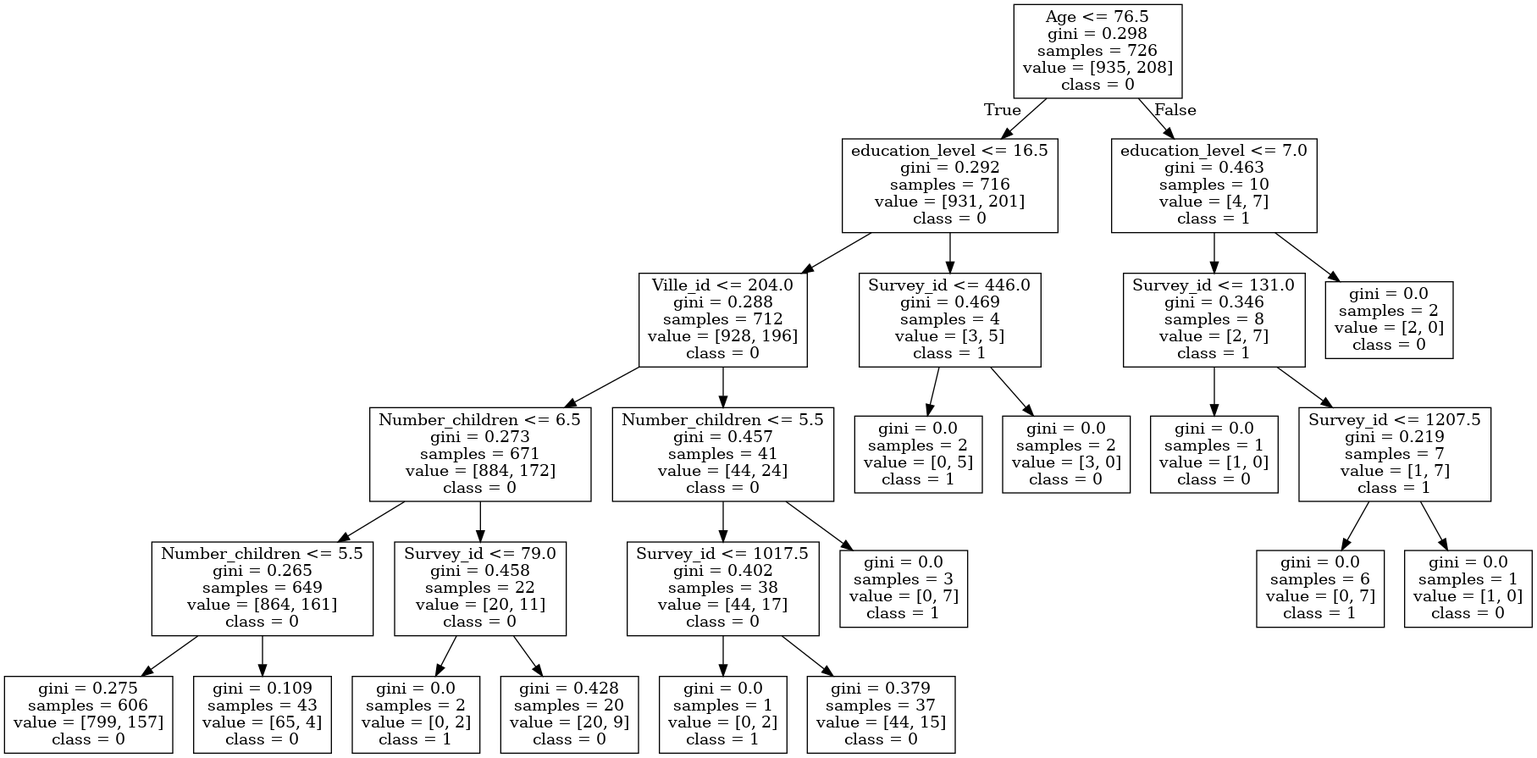
The Graphviz diagram pngs/tree03.png in IziKodzik/Cart, before a commit. Its source is kept beside it as pngs/tree03.dot.
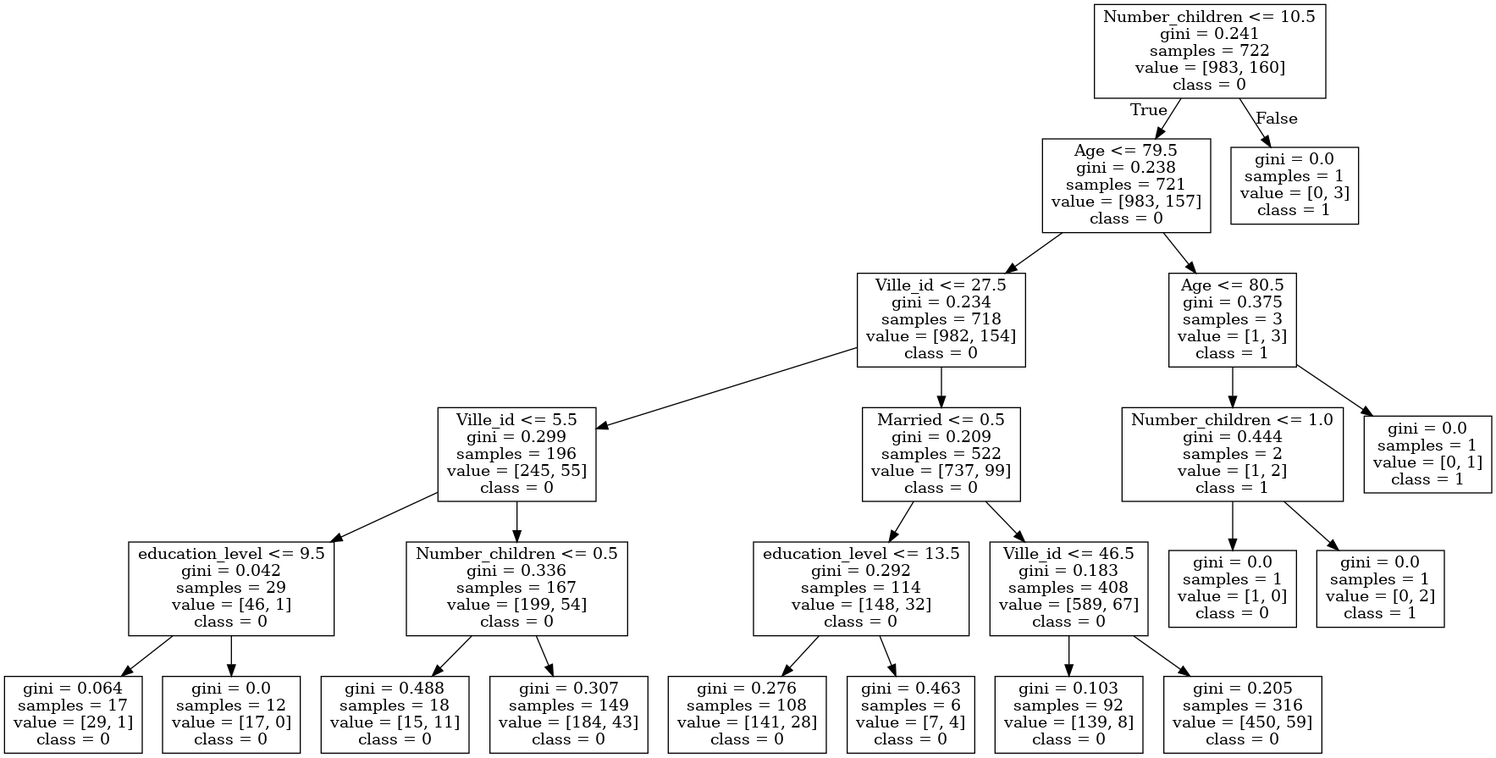
After the change.

Change to the diagram source:
```diff
@@ -1,52 +1,48 @@
 digraph Tree {
 node [shape=box] ;
-0 [label="Age <= 76.5\ngini = 0.298\nsamples = 726\nvalue = [935, 208]\nclass = 0"] ;
-1 [label="education_level <= 16.5\ngini = 0.292\nsamples = 716\nvalue = [931, 201]\nclass = 0"] ;
+0 [label="Number_children <= 10.5\ngini = 0.241\nsamples = 722\nvalue = [983, 160]\nclass = 0"] ;
+1 [label="Age <= 79.5\ngini = 0.238\nsamples = 721\nvalue = [983, 157]\nclass = 0"] ;
 0 -> 1 [labeldistance=2.5, labelangle=45, headlabel="True"] ;
-2 [label="Ville_id <= 204.0\ngini = 0.288\nsamples = 712\nvalue = [928, 196]\nclass = 0"] ;
+2 [label="Ville_id <= 27.5\ngini = 0.234\nsamples = 718\nvalue = [982, 154]\nclass = 0"] ;
 1 -> 2 ;
-3 [label="Number_children <= 6.5\ngini = 0.273\nsamples = 671\nvalue = [884, 172]\nclass = 0"] ;
+3 [label="Ville_id <= 5.5\ngini = 0.299\nsamples = 196\nvalue = [245, 55]\nclass = 0"] ;
 2 -> 3 ;
-4 [label="Number_children <= 5.5\ngini = 0.265\nsamples = 649\nvalue = [864, 161]\nclass = 0"] ;
+4 [label="education_level <= 9.5\ngini = 0.042\nsamples = 29\nvalue = [46, 1]\nclass = 0"] ;
 3 -> 4 ;
-5 [label="gini = 0.275\nsamples = 606\nvalue = [799, 157]\nclass = 0"] ;
+5 [label="gini = 0.064\nsamples = 17\nvalue = [29, 1]\nclass = 0"] ;
 4 -> 5 ;
-6 [label="gini = 0.109\nsamples = 43\nvalue = [65, 4]\nclass = 0"] ;
+6 [label="gini = 0.0\nsamples = 12\nvalue = [17, 0]\nclass = 0"] ;
 4 -> 6 ;
-7 [label="Survey_id <= 79.0\ngini = 0.458\nsamples = 22\nvalue = [20, 11]\nclass = 0"] ;
+7 [label="Number_children <= 0.5\ngini = 0.336\nsamples = 167\nvalue = [199, 54]\nclass = 0"] ;
 3 -> 7 ;
-8 [label="gini = 0.0\nsamples = 2\nvalue = [0, 2]\nclass = 1"] ;
+8 [label="gini = 0.488\nsamples = 18\nvalue = [15, 11]\nclass = 0"] ;
 7 -> 8 ;
-9 [label="gini = 0.428\nsamples = 20\nvalue = [20, 9]\nclass = 0"] ;
+9 [label="gini = 0.307\nsamples = 149\nvalue = [184, 43]\nclass = 0"] ;
 7 -> 9 ;
-10 [label="Number_children <= 5.5\ngini = 0.457\nsamples = 41\nvalue = [44, 24]\nclass = 0"] ;
+10 [label="Married <= 0.5\ngini = 0.209\nsamples = 522\nvalue = [737, 99]\nclass = 0"] ;
 2 -> 10 ;
-11 [label="Survey_id <= 1017.5\ngini = 0.402\nsamples = 38\nvalue = [44, 17]\nclass = 0"] ;
+11 [label="education_level <= 13.5\ngini = 0.292\nsamples = 114\nvalue = [148, 32]\nclass = 0"] ;
 10 -> 11 ;
-12 [label="gini = 0.0\nsamples = 1\nvalue = [0, 2]\nclass = 1"] ;
+12 [label="gini = 0.276\nsamples = 108\nvalue = [141, 28]\nclass = 0"] ;
 11 -> 12 ;
-13 [label="gini = 0.379\nsamples = 37\nvalue = [44, 15]\nclass = 0"] ;
+13 [label="gini = 0.463\nsamples = 6\nvalue = [7, 4]\nclass = 0"] ;
 11 -> 13 ;
-14 [label="gini = 0.0\nsamples = 3\nvalue = [0, 7]\nclass = 1"] ;
+14 [label="Ville_id <= 46.5\ngini = 0.183\nsamples = 408\nvalue = [589, 67]\nclass = 0"] ;
 10 -> 14 ;
-15 [label="Survey_id <= 446.0\ngini = 0.469\nsamples = 4\nvalue = [3, 5]\nclass = 1"] ;
-1 -> 15 ;
-16 [label="gini = 0.0\nsamples = 2\nvalue = [0, 5]\nclass = 1"] ;
-15 -> 16 ;
-17 [label="gini = 0.0\nsamples = 2\nvalue = [3, 0]\nclass = 0"] ;
-15 -> 17 ;
-18 [label="education_level <= 7.0\ngini = 0.463\nsamples = 10\nvalue = [4, 7]\nclass = 1"] ;
-0 -> 18 [labeldistance=2.5, labelangle=-45, headlabel="False"] ;
-19 [label="Survey_id <= 131.0\ngini = 0.346\nsamples = 8\nvalue = [2, 7]\nclass = 1"] ;
+15 [label="gini = 0.103\nsamples = 92\nvalue = [139, 8]\nclass = 0"] ;
+14 -> 15 ;
+16 [label="gini = 0.205\nsamples = 316\nvalue = [450, 59]\nclass = 0"] ;
+14 -> 16 ;
+17 [label="Age <= 80.5\ngini = 0.375\nsamples = 3\nvalue = [1, 3]\nclass = 1"] ;
+1 -> 17 ;
+18 [label="Number_children <= 1.0\ngini = 0.444\nsamples = 2\nvalue = [1, 2]\nclass = 1"] ;
+17 -> 18 ;
+19 [label="gini = 0.0\nsamples = 1\nvalue = [1, 0]\nclass = 0"] ;
 18 -> 19 ;
-20 [label="gini = 0.0\nsamples = 1\nvalue = [1, 0]\nclass = 0"] ;
-19 -> 20 ;
-21 [label="Survey_id <= 1207.5\ngini = 0.219\nsamples = 7\nvalue = [1, 7]\nclass = 1"] ;
-19 -> 21 ;
-22 [label="gini = 0.0\nsamples = 6\nvalue = [0, 7]\nclass = 1"] ;
-21 -> 22 ;
-23 [label="gini = 0.0\nsamples = 1\nvalue = [1, 0]\nclass = 0"] ;
-21 -> 23 ;
-24 [label="gini = 0.0\nsamples = 2\nvalue = [2, 0]\nclass = 0"] ;
-18 -> 24 ;
+20 [label="gini = 0.0\nsamples = 1\nvalue = [0, 2]\nclass = 1"] ;
+18 -> 20 ;
+21 [label="gini = 0.0\nsamples = 1\nvalue = [0, 1]\nclass = 1"] ;
+17 -> 21 ;
+22 [label="gini = 0.0\nsamples = 1\nvalue = [0, 3]\nclass = 1"] ;
+0 -> 22 [labeldistance=2.5, labelangle=-45, headlabel="False"] ;
 }
```
